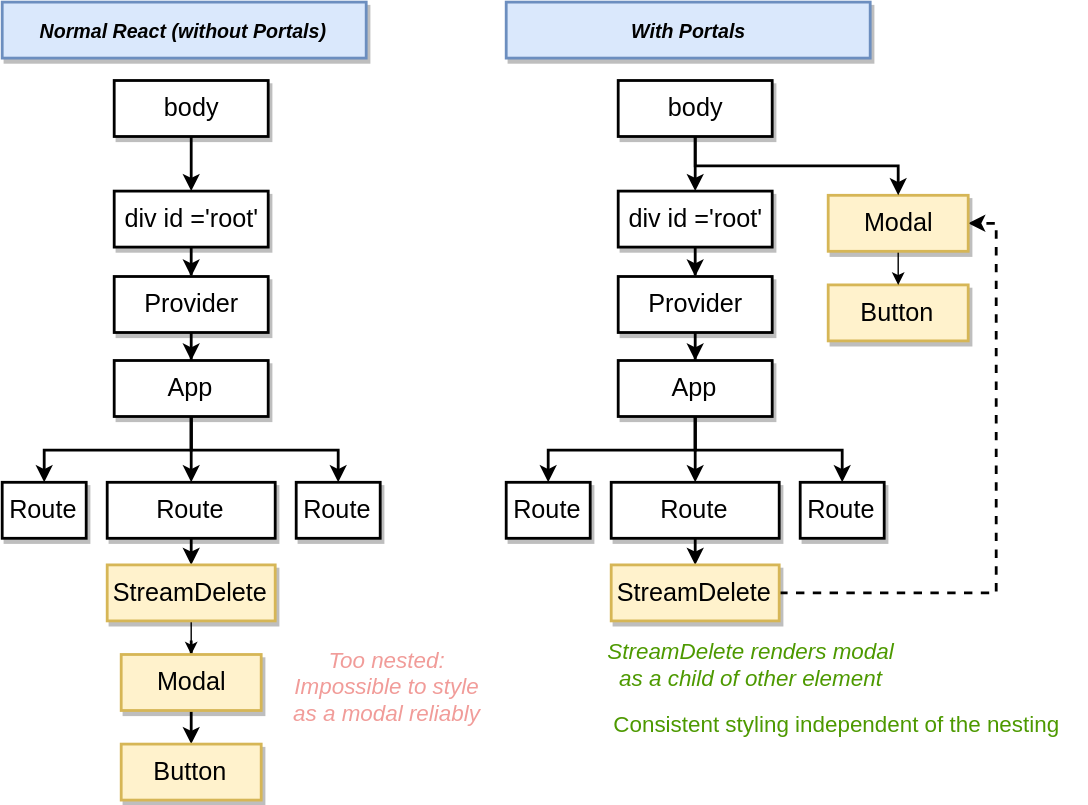
serodriguez68/react-cheatsheet-udemy-2019 keeps this draw.io diagram as diagrams/react-portals-motivation.svg. Above is the earlier version. Source tidied: cells renumbered, new cells last; positions are measured from the earlier drawing's top-left corner, leaving out a move shared by most shapes.
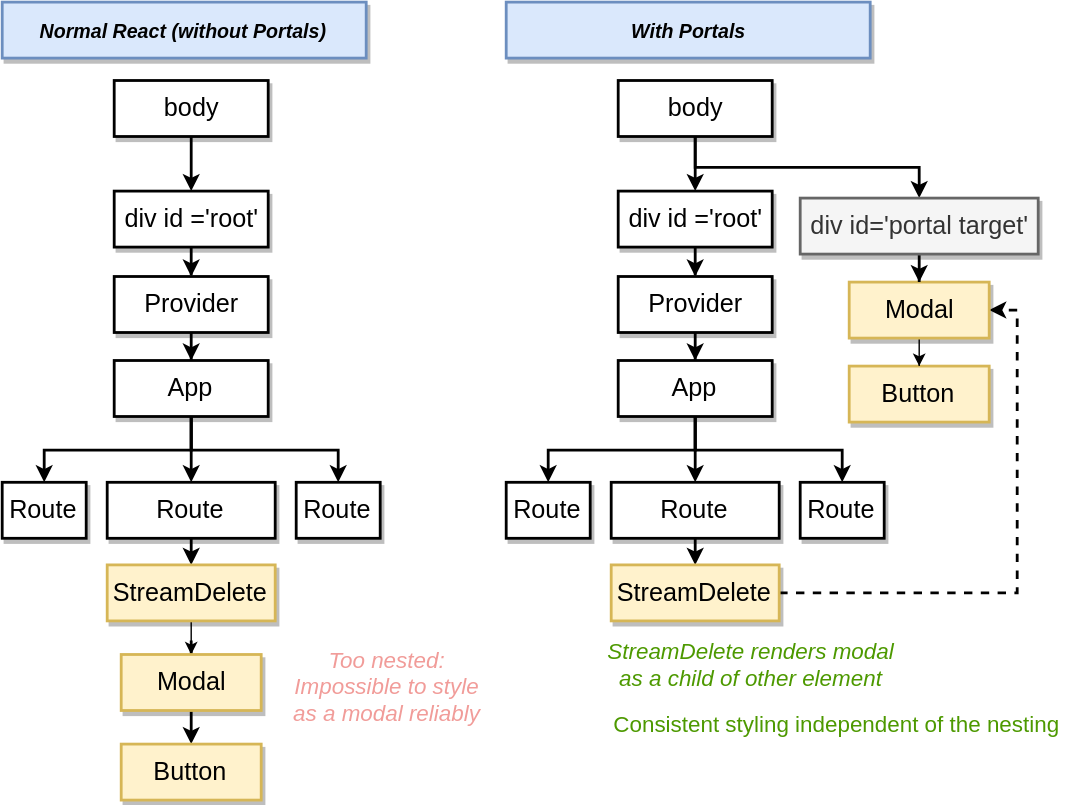
Later version of the same file.

Diff of the diagram source:
```diff
@@ -113,7 +113,7 @@
       <mxGeometry x="435" y="402" width="120" height="40" as="geometry" />
     </mxCell>
     <mxCell id="38" value="Button" style="rounded=0;whiteSpace=wrap;html=1;fontSize=18;shadow=1;strokeWidth=2;fillColor=#fff2cc;strokeColor=#d6b656;" parent="1" vertex="1">
-      <mxGeometry x="590" y="202" width="100" height="40" as="geometry" />
+      <mxGeometry x="605" y="260" width="100" height="40" as="geometry" />
     </mxCell>
     <mxCell id="39" style="edgeStyle=orthogonalEdgeStyle;rounded=0;html=1;exitX=0.5;exitY=1;entryX=0.5;entryY=0;jettySize=auto;strokeWidth=2;fontSize=20;" parent="1" edge="1" source="40" target="25">
       <mxGeometry relative="1" as="geometry" />
@@ -125,9 +125,9 @@
       <mxGeometry relative="1" as="geometry" />
     </mxCell>
     <mxCell id="42" value="Modal" style="rounded=0;whiteSpace=wrap;html=1;fontSize=18;shadow=1;strokeWidth=2;fillColor=#fff2cc;strokeColor=#d6b656;" parent="1" vertex="1">
-      <mxGeometry x="590" y="138" width="100" height="40" as="geometry" />
+      <mxGeometry x="605" y="200" width="100" height="40" as="geometry" />
     </mxCell>
-    <mxCell id="43" style="edgeStyle=orthogonalEdgeStyle;rounded=0;html=1;jettySize=auto;strokeWidth=2;fontSize=18;exitX=0.5;exitY=1;exitDx=0;exitDy=0;" parent="1" edge="1" source="40" target="42">
+    <mxCell id="43" style="edgeStyle=orthogonalEdgeStyle;rounded=0;html=1;jettySize=auto;strokeWidth=2;fontSize=18;exitX=0.5;exitY=1;exitDx=0;exitDy=0;" parent="1" edge="1" source="40" target="47">
       <mxGeometry relative="1" as="geometry" />
     </mxCell>
     <mxCell id="44" value="StreamDelete renders modal as a child of other element" style="text;html=1;strokeColor=none;fillColor=none;align=center;verticalAlign=middle;whiteSpace=wrap;rounded=0;fontSize=16;fontStyle=2;fontColor=#4D9900;rotation=0;" parent="1" vertex="1">
@@ -136,5 +136,11 @@
     <mxCell id="45" value="Consistent styling independent of the nesting" style="text;html=1;fontSize=16;fontColor=#4D9900;rotation=0;" parent="1" vertex="1">
       <mxGeometry x="435" y="500" width="340" height="30" as="geometry" />
     </mxCell>
+    <mxCell id="46" style="edgeStyle=orthogonalEdgeStyle;rounded=0;jettySize=auto;html=1;strokeWidth=2;fontSize=16;fontColor=#4D9900;" parent="1" edge="1" source="47" target="42">
+      <mxGeometry relative="1" as="geometry" />
+    </mxCell>
+    <mxCell id="47" value="div id='portal target'" style="rounded=0;whiteSpace=wrap;html=1;fontSize=18;shadow=1;strokeWidth=2;imageWidth=9;fillColor=#f5f5f5;strokeColor=#666666;fontColor=#333333;" parent="1" vertex="1">
+      <mxGeometry x="570" y="140" width="170" height="40" as="geometry" />
+    </mxCell>
   </root>
 </mxGraphModel>
```
